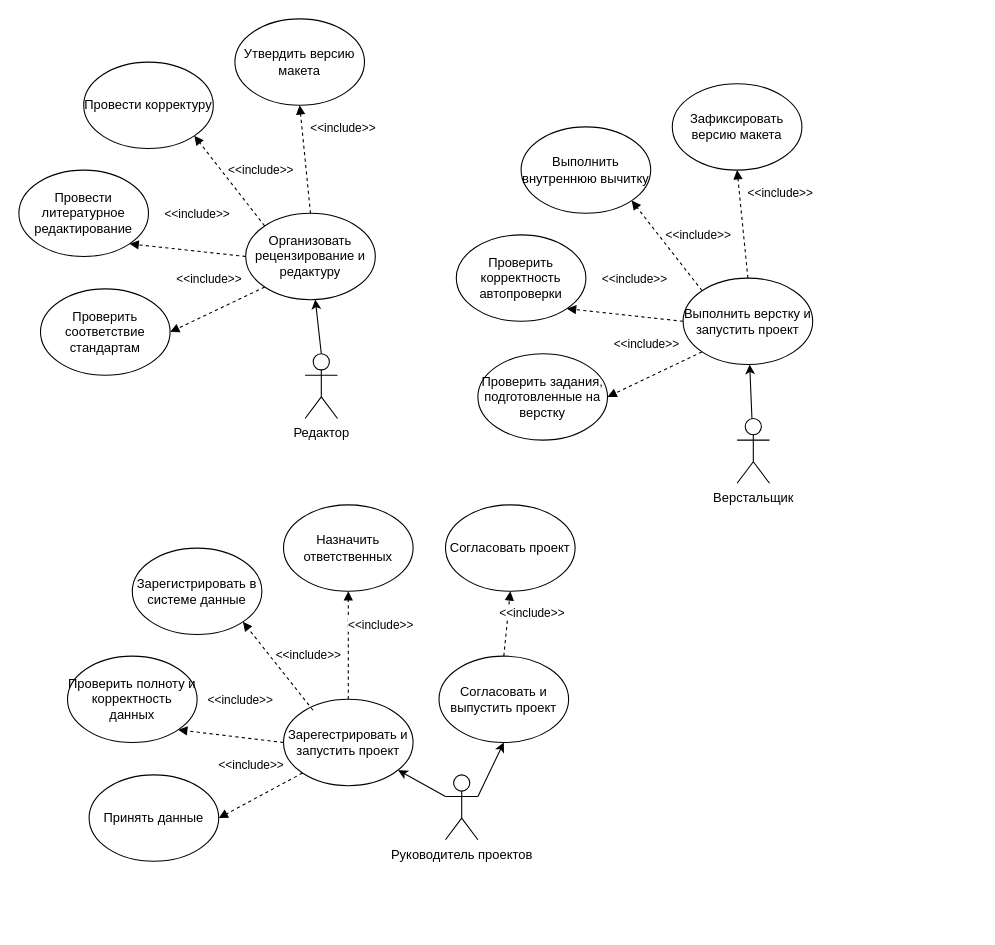
The draw.io diagram ortps_3.drawio in danaddi/draw.io, before the edit. Source tidied: cells renumbered, new cells numbered last; positions are measured from the earlier drawing's top-left corner, leaving out a move shared by most shapes. Both pictures are drawn from the tidied source at 108%, with x=0, y=0 at pixel (18, 18).
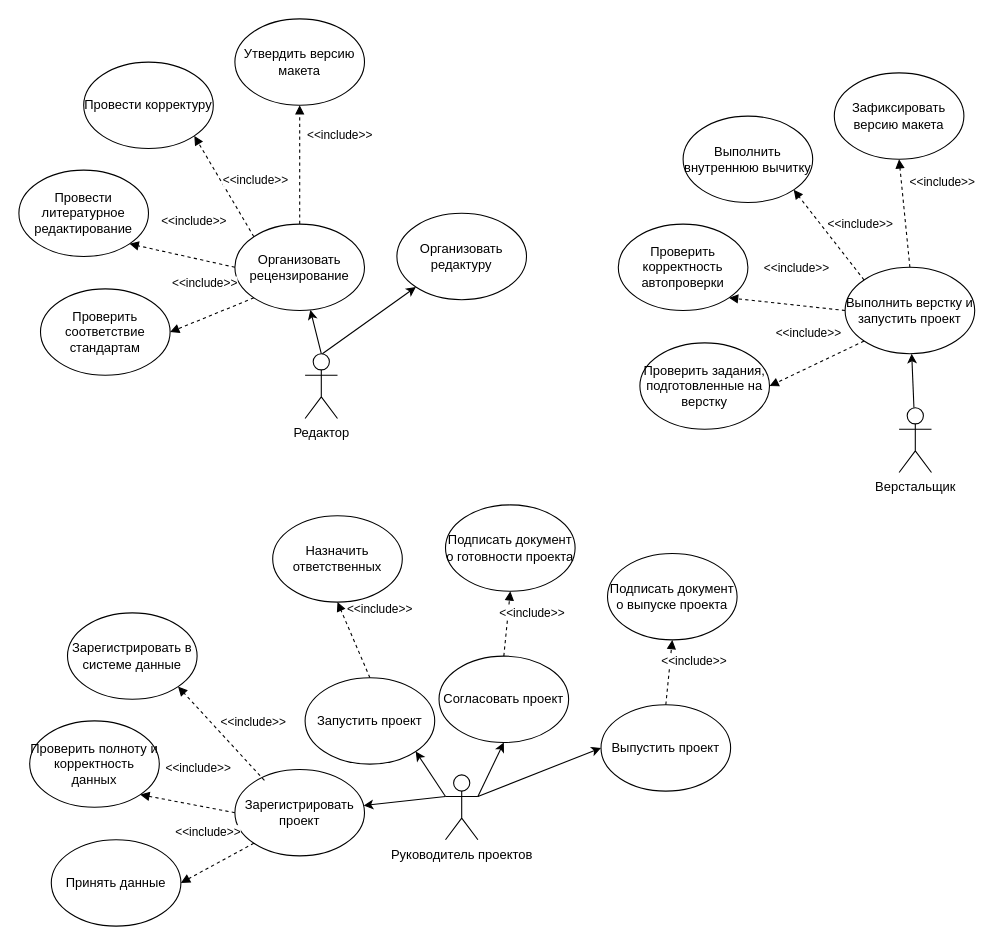
After the change.

The change refers to these unchanged cells:
```xml
<mxCell id="7" value="Руководитель проектов" style="shape=umlActor;verticalLabelPosition=bottom;verticalAlign=top;html=1;outlineConnect=0;" parent="1" vertex="1">
  <mxGeometry x="395" y="700" width="30" height="60" as="geometry" />
</mxCell>
```

Diff of the diagram source:
```diff
@@
     <mxCell id="4" value="Верстальщик" style="shape=umlActor;verticalLabelPosition=bottom;verticalAlign=top;html=1;outlineConnect=0;" parent="1" vertex="1">
-      <mxGeometry x="665" y="370" width="30" height="60" as="geometry" />
+      <mxGeometry x="815" y="360" width="30" height="60" as="geometry" />
     </mxCell>
@@
-    <mxCell id="8" value="Зарегестрировать и запустить проект" style="ellipse;whiteSpace=wrap;html=1;" parent="1" vertex="1">
-      <mxGeometry x="245" y="630" width="120" height="80" as="geometry" />
+    <mxCell id="8" value="Зарегистрировать проект" style="ellipse;whiteSpace=wrap;html=1;" parent="1" vertex="1">
+      <mxGeometry x="200" y="695" width="120" height="80" as="geometry" />
     </mxCell>
-    <mxCell id="9" value="Согласовать и выпустить проект" style="ellipse;whiteSpace=wrap;html=1;" parent="1" vertex="1">
+    <mxCell id="9" value="Согласовать проект" style="ellipse;whiteSpace=wrap;html=1;" parent="1" vertex="1">
       <mxGeometry x="389" y="590" width="120" height="80" as="geometry" />
     </mxCell>
     <mxCell id="10" value="Выполнить верстку и запустить проект" style="ellipse;whiteSpace=wrap;html=1;" parent="1" vertex="1">
-      <mxGeometry x="615" y="240" width="120" height="80" as="geometry" />
+      <mxGeometry x="765" y="230" width="120" height="80" as="geometry" />
     </mxCell>
     <mxCell id="11" value="Принять данные" style="ellipse;whiteSpace=wrap;html=1;" parent="1" vertex="1">
-      <mxGeometry x="65" y="700" width="120" height="80" as="geometry" />
+      <mxGeometry x="30" y="760" width="120" height="80" as="geometry" />
     </mxCell>
@@
     <mxCell id="13" value="Проверить полноту и корректность данных" style="ellipse;whiteSpace=wrap;html=1;" parent="1" vertex="1">
-      <mxGeometry x="45" y="590" width="120" height="80" as="geometry" />
+      <mxGeometry x="10" y="650" width="120" height="80" as="geometry" />
     </mxCell>
@@
     <mxCell id="15" value="Зарегистрировать в системе данные" style="ellipse;whiteSpace=wrap;html=1;" parent="1" vertex="1">
-      <mxGeometry x="105" y="490" width="120" height="80" as="geometry" />
+      <mxGeometry x="45" y="550" width="120" height="80" as="geometry" />
     </mxCell>
@@
     <mxCell id="17" value="Назначить ответственных" style="ellipse;whiteSpace=wrap;html=1;" parent="1" vertex="1">
-      <mxGeometry x="245" y="450" width="120" height="80" as="geometry" />
+      <mxGeometry x="235" y="460" width="120" height="80" as="geometry" />
     </mxCell>
-    <mxCell id="18" value="&amp;lt;&amp;lt;include&amp;gt;&amp;gt;" style="html=1;verticalAlign=bottom;endArrow=block;curved=0;rounded=0;exitX=0.5;exitY=0;exitDx=0;exitDy=0;entryX=0.5;entryY=1;entryDx=0;entryDy=0;dashed=1;" parent="1" edge="1" source="8" target="17">
+    <mxCell id="18" value="&amp;lt;&amp;lt;include&amp;gt;&amp;gt;" style="html=1;verticalAlign=bottom;endArrow=block;curved=0;rounded=0;exitX=0.5;exitY=0;exitDx=0;exitDy=0;entryX=0.5;entryY=1;entryDx=0;entryDy=0;dashed=1;" parent="1" edge="1" source="43" target="17">
       <mxGeometry x="0.2" y="-30" relative="1" as="geometry" />
     </mxCell>
-    <mxCell id="19" value="Согласовать проект" style="ellipse;whiteSpace=wrap;html=1;" parent="1" vertex="1">
+    <mxCell id="19" value="Подписать документ о готовности проекта" style="ellipse;whiteSpace=wrap;html=1;" parent="1" vertex="1">
       <mxGeometry x="395" y="450" width="120" height="80" as="geometry" />
     </mxCell>
@@
     <mxCell id="21" value="Проверить задания, подготовленные&amp;nbsp;на верстку" style="ellipse;whiteSpace=wrap;html=1;" parent="1" vertex="1">
-      <mxGeometry x="425" y="310" width="120" height="80" as="geometry" />
+      <mxGeometry x="575" y="300" width="120" height="80" as="geometry" />
     </mxCell>
@@
     <mxCell id="23" value="Проверить корректность автопроверки" style="ellipse;whiteSpace=wrap;html=1;" parent="1" vertex="1">
-      <mxGeometry x="405" y="200" width="120" height="80" as="geometry" />
+      <mxGeometry x="555" y="190" width="120" height="80" as="geometry" />
     </mxCell>
@@
     <mxCell id="25" value="Выполнить внутреннюю вычитку" style="ellipse;whiteSpace=wrap;html=1;" parent="1" vertex="1">
-      <mxGeometry x="465" y="100" width="120" height="80" as="geometry" />
+      <mxGeometry x="615" y="90" width="120" height="80" as="geometry" />
     </mxCell>
@@
     <mxCell id="27" value="Зафиксировать версию макета" style="ellipse;whiteSpace=wrap;html=1;" parent="1" vertex="1">
-      <mxGeometry x="605" y="60" width="120" height="80" as="geometry" />
+      <mxGeometry x="755" y="50" width="120" height="80" as="geometry" />
     </mxCell>
@@
-    <mxCell id="30" value="Организовать рецензирование и редактуру" style="ellipse;whiteSpace=wrap;html=1;" parent="1" vertex="1">
-      <mxGeometry x="210" y="180" width="120" height="80" as="geometry" />
+    <mxCell id="30" value="Организовать рецензирование" style="ellipse;whiteSpace=wrap;html=1;" parent="1" vertex="1">
+      <mxGeometry x="200" y="190" width="120" height="80" as="geometry" />
     </mxCell>
@@
+    <mxCell id="39" style="rounded=0;jettySize=auto;html=1;entryX=0;entryY=0.5;entryDx=0;entryDy=0;" parent="1" edge="1" target="40">
+      <mxGeometry relative="1" as="geometry">
+        <mxPoint x="425" y="720" as="sourcePoint" />
+      </mxGeometry>
+    </mxCell>
+    <mxCell id="40" value="Выпустить проект" style="ellipse;whiteSpace=wrap;html=1;" parent="1" vertex="1">
+      <mxGeometry x="539" y="635" width="120" height="80" as="geometry" />
+    </mxCell>
+    <mxCell id="41" value="Подписать документ о выпуске проекта" style="ellipse;whiteSpace=wrap;html=1;" parent="1" vertex="1">
+      <mxGeometry x="545" y="495" width="120" height="80" as="geometry" />
+    </mxCell>
+    <mxCell id="42" value="&amp;lt;&amp;lt;include&amp;gt;&amp;gt;" style="html=1;verticalAlign=bottom;endArrow=block;curved=0;rounded=0;exitX=0.5;exitY=0;exitDx=0;exitDy=0;entryX=0.5;entryY=1;entryDx=0;entryDy=0;dashed=1;" parent="1" edge="1" source="40" target="41">
+      <mxGeometry x="0.08" y="-23" relative="1" as="geometry" />
+    </mxCell>
+    <mxCell id="43" value="Запустить проект" style="ellipse;whiteSpace=wrap;html=1;" parent="1" vertex="1">
+      <mxGeometry x="265" y="610" width="120" height="80" as="geometry" />
+    </mxCell>
+    <mxCell id="44" style="rounded=0;jettySize=auto;html=1;exitX=0;exitY=0.3333333333333333;exitDx=0;exitDy=0;exitPerimeter=0;entryX=1;entryY=1;entryDx=0;entryDy=0;" parent="1" edge="1" source="7" target="43">
+      <mxGeometry relative="1" as="geometry" />
+    </mxCell>
+    <mxCell id="45" value="Организовать редактуру" style="ellipse;whiteSpace=wrap;html=1;" parent="1" vertex="1">
+      <mxGeometry x="350" y="180" width="120" height="80" as="geometry" />
+    </mxCell>
+    <mxCell id="46" style="rounded=0;jettySize=auto;html=1;entryX=0;entryY=1;entryDx=0;entryDy=0;" parent="1" edge="1" target="45">
+      <mxGeometry relative="1" as="geometry">
+        <mxPoint x="281" y="310" as="sourcePoint" />
+      </mxGeometry>
+    </mxCell>
```
